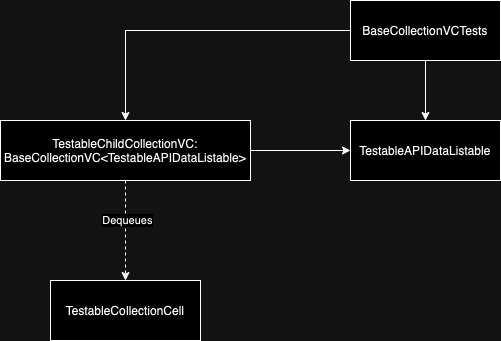
hiren9697/MavelSample keeps this draw.io diagram as MarvelSampleTests/Tests/BaseCollectionVC/BaseCollectionVCTests.drawio.png. Above is the earlier version. Source tidied: cells renumbered, new cells last; positions are measured from the earlier drawing's top-left corner, leaving out a move shared by most shapes.
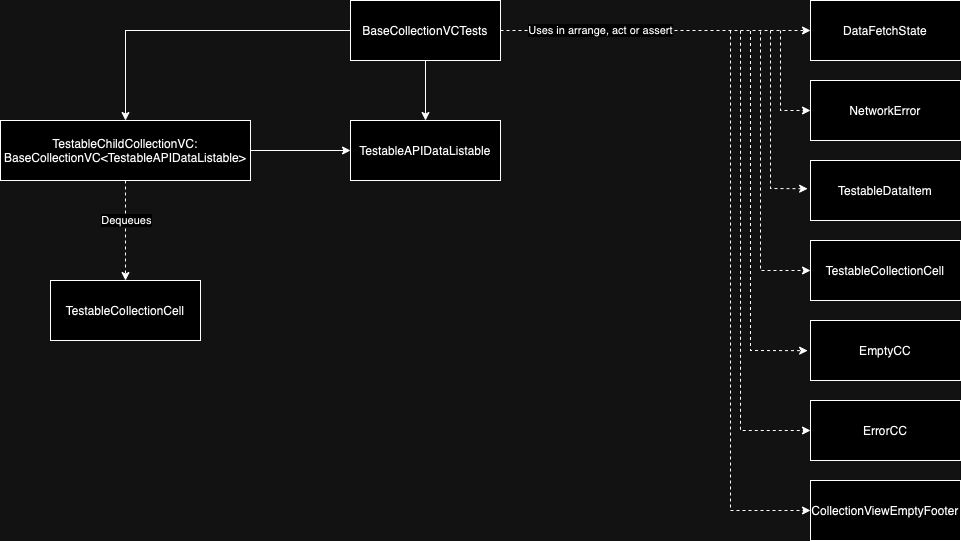
After the change.

Diff of the diagram source:
```diff
@@ -8,16 +8,24 @@
     <mxCell id="3" style="edgeStyle=orthogonalEdgeStyle;rounded=0;jettySize=auto;html=1;entryX=0.5;entryY=0;entryDx=0;entryDy=0;" parent="1" edge="1" source="4" target="9">
       <mxGeometry relative="1" as="geometry" />
     </mxCell>
+    <mxCell id="11" style="edgeStyle=orthogonalEdgeStyle;rounded=0;jettySize=auto;html=1;entryX=0;entryY=0.5;entryDx=0;entryDy=0;dashed=1;" parent="1" edge="1" source="4" target="15">
+      <mxGeometry relative="1" as="geometry" />
+    </mxCell>
+    <mxCell id="12" value="Uses in arrange, act or assert" style="edgeLabel;html=1;align=center;verticalAlign=middle;" parent="11" vertex="1">
+      <mxGeometry x="-0.35" y="-4" relative="1" as="geometry">
+        <mxPoint y="-4" as="offset" />
+      </mxGeometry>
+    </mxCell>
     <mxCell id="4" value="BaseCollectionVCTests" style="rounded=0;whiteSpace=wrap;html=1;" parent="1" vertex="1">
       <mxGeometry x="350" width="150" height="60" as="geometry" />
     </mxCell>
     <mxCell id="5" style="edgeStyle=orthogonalEdgeStyle;rounded=0;jettySize=auto;html=1;entryX=0;entryY=0.5;entryDx=0;entryDy=0;" parent="1" edge="1" source="8" target="9">
       <mxGeometry relative="1" as="geometry" />
     </mxCell>
-    <mxCell id="6" style="edgeStyle=orthogonalEdgeStyle;rounded=0;jettySize=auto;html=1;entryX=0.5;entryY=0;entryDx=0;entryDy=0;dashed=1;" parent="1" edge="1" source="8" target="10">
-      <mxGeometry relative="1" as="geometry" />
-    </mxCell>
+    <mxCell id="13" style="edgeStyle=orthogonalEdgeStyle;rounded=0;jettySize=auto;html=1;entryX=0.5;entryY=0;entryDx=0;entryDy=0;dashed=1;" parent="1" edge="1" source="8" target="14">
+      <mxGeometry relative="1" as="geometry" />
+    </mxCell>
-    <mxCell id="7" value="Dequeues" style="edgeLabel;html=1;align=center;verticalAlign=middle;" parent="6" vertex="1">
+    <mxCell id="7" value="Dequeues" style="edgeLabel;html=1;align=center;verticalAlign=middle;" parent="13" vertex="1">
       <mxGeometry x="-0.22" y="1" relative="1" as="geometry" />
     </mxCell>
     <mxCell id="8" value="TestableChildCollectionVC: BaseCollectionVC&amp;lt;TestableAPIDataListable&amp;gt;" style="rounded=0;whiteSpace=wrap;html=1;" parent="1" vertex="1">
@@ -26,8 +34,77 @@
     <mxCell id="9" value="TestableAPIDataListable" style="rounded=0;whiteSpace=wrap;html=1;" parent="1" vertex="1">
       <mxGeometry x="350" y="120" width="150" height="60" as="geometry" />
     </mxCell>
-    <mxCell id="10" value="TestableCollectionCell" style="rounded=0;whiteSpace=wrap;html=1;" parent="1" vertex="1">
-      <mxGeometry x="50" y="280" width="150" height="60" as="geometry" />
-    </mxCell>
+    <mxCell id="14" value="TestableCollectionCell" style="rounded=0;whiteSpace=wrap;html=1;" parent="1" vertex="1">
+      <mxGeometry x="50" y="280" width="150" height="60" as="geometry" />
+    </mxCell>
+    <mxCell id="15" value="DataFetchState" style="rounded=0;whiteSpace=wrap;html=1;" parent="1" vertex="1">
+      <mxGeometry x="810" width="150" height="60" as="geometry" />
+    </mxCell>
+    <mxCell id="16" value="NetworkError" style="rounded=0;whiteSpace=wrap;html=1;" parent="1" vertex="1">
+      <mxGeometry x="810" y="80" width="150" height="60" as="geometry" />
+    </mxCell>
+    <mxCell id="17" value="TestableDataItem" style="rounded=0;whiteSpace=wrap;html=1;" parent="1" vertex="1">
+      <mxGeometry x="810" y="160" width="150" height="60" as="geometry" />
+    </mxCell>
+    <mxCell id="18" value="TestableCollectionCell" style="rounded=0;whiteSpace=wrap;html=1;" parent="1" vertex="1">
+      <mxGeometry x="810" y="240" width="150" height="60" as="geometry" />
+    </mxCell>
+    <mxCell id="19" value="EmptyCC" style="rounded=0;whiteSpace=wrap;html=1;" parent="1" vertex="1">
+      <mxGeometry x="810" y="320" width="150" height="60" as="geometry" />
+    </mxCell>
+    <mxCell id="20" value="ErrorCC" style="rounded=0;whiteSpace=wrap;html=1;" parent="1" vertex="1">
+      <mxGeometry x="810" y="400" width="150" height="60" as="geometry" />
+    </mxCell>
+    <mxCell id="21" value="CollectionViewEmptyFooter" style="rounded=0;whiteSpace=wrap;html=1;" parent="1" vertex="1">
+      <mxGeometry x="810" y="480" width="150" height="60" as="geometry" />
+    </mxCell>
+    <mxCell id="22" style="endArrow=classic;html=1;rounded=0;entryX=0;entryY=0.5;entryDx=0;entryDy=0;dashed=1;" parent="1" edge="1" target="16">
+      <mxGeometry relative="1" as="geometry">
+        <mxPoint x="780" y="30" as="sourcePoint" />
+        <Array as="points">
+          <mxPoint x="780" y="110" />
+        </Array>
+      </mxGeometry>
+    </mxCell>
+    <mxCell id="23" style="endArrow=classic;html=1;rounded=0;entryX=-0.019;entryY=0.471;entryDx=0;entryDy=0;dashed=1;entryPerimeter=0;" parent="1" edge="1" target="17">
+      <mxGeometry relative="1" as="geometry">
+        <mxPoint x="770" y="30" as="sourcePoint" />
+        <Array as="points">
+          <mxPoint x="770" y="188" />
+        </Array>
+      </mxGeometry>
+    </mxCell>
+    <mxCell id="24" style="endArrow=classic;html=1;rounded=0;entryX=0;entryY=0.5;entryDx=0;entryDy=0;dashed=1;" parent="1" edge="1" target="18">
+      <mxGeometry relative="1" as="geometry">
+        <mxPoint x="760" y="31" as="sourcePoint" />
+        <Array as="points">
+          <mxPoint x="760" y="270" />
+        </Array>
+      </mxGeometry>
+    </mxCell>
+    <mxCell id="25" style="endArrow=classic;html=1;rounded=0;entryX=-0.019;entryY=0.503;entryDx=0;entryDy=0;dashed=1;entryPerimeter=0;" parent="1" edge="1" target="19">
+      <mxGeometry relative="1" as="geometry">
+        <mxPoint x="750" y="30.5" as="sourcePoint" />
+        <Array as="points">
+          <mxPoint x="750" y="350" />
+        </Array>
+      </mxGeometry>
+    </mxCell>
+    <mxCell id="26" style="endArrow=classic;html=1;rounded=0;entryX=0;entryY=0.5;entryDx=0;entryDy=0;dashed=1;" parent="1" edge="1" target="20">
+      <mxGeometry relative="1" as="geometry">
+        <mxPoint x="740" y="30.2" as="sourcePoint" />
+        <Array as="points">
+          <mxPoint x="740" y="430" />
+        </Array>
+      </mxGeometry>
+    </mxCell>
+    <mxCell id="27" style="endArrow=classic;html=1;rounded=0;entryX=0;entryY=0.5;entryDx=0;entryDy=0;dashed=1;" parent="1" edge="1" target="21">
+      <mxGeometry relative="1" as="geometry">
+        <mxPoint x="730" y="30" as="sourcePoint" />
+        <Array as="points">
+          <mxPoint x="730" y="510" />
+        </Array>
+      </mxGeometry>
+    </mxCell>
   </root>
 </mxGraphModel>
```
